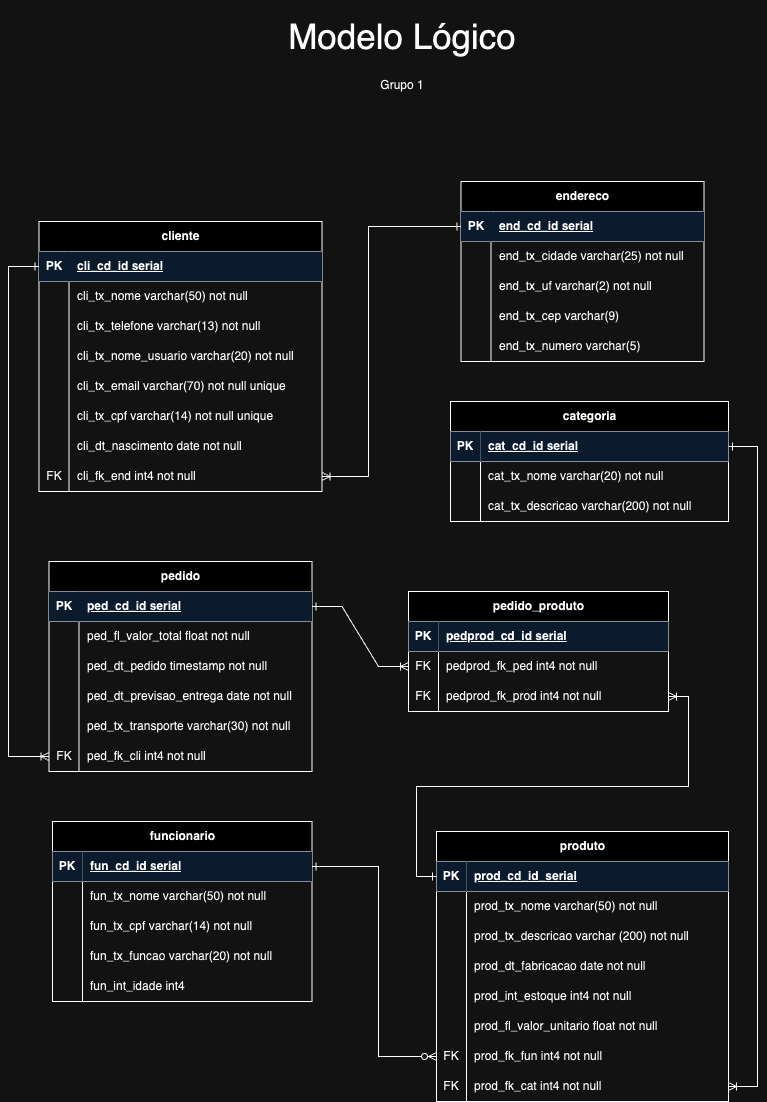
The draw.io diagram Diagramas/modelo-logico.png in rafaelabeber/serratec-BD-g1, before a commit. Source tidied: cells renumbered, new cells last; positions are measured from the earlier drawing's top-left corner, leaving out a move shared by most shapes.
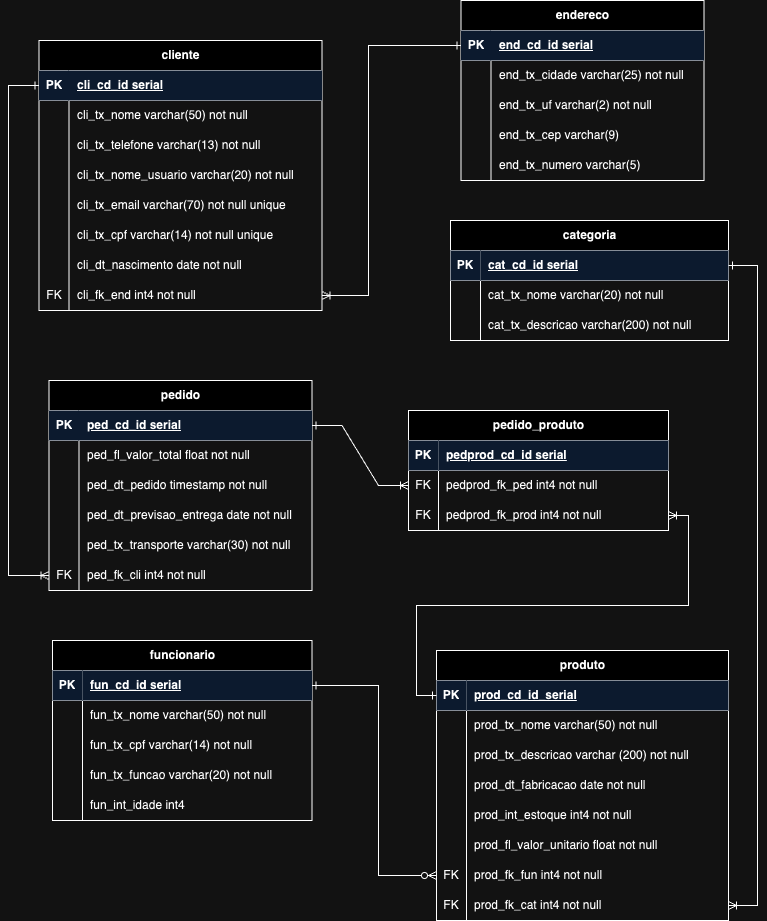
After the commit.

The edit, as a diff of the source:
```diff
@@ -317,12 +317,6 @@
     <mxCell id="106" value="pedprod_fk_prod int4 not null" style="shape=partialRectangle;fillColor=none;top=0;left=0;bottom=0;right=0;align=left;spacingLeft=6;overflow=hidden;whiteSpace=wrap;html=1;" parent="104" vertex="1">
       <mxGeometry x="30" width="230" height="30" as="geometry" />
     </mxCell>
-    <mxCell id="107" value="&lt;font style=&quot;font-size: 35px;&quot;&gt;Modelo Lógico&lt;/font&gt;" style="text;html=1;align=center;verticalAlign=middle;whiteSpace=wrap;rounded=0;" parent="1" vertex="1">
-      <mxGeometry x="214" width="360" height="71" as="geometry" />
-    </mxCell>
-    <mxCell id="108" value="Grupo 1" style="text;html=1;align=center;verticalAlign=middle;whiteSpace=wrap;rounded=0;" parent="1" vertex="1">
-      <mxGeometry x="257" y="70" width="274" height="30" as="geometry" />
-    </mxCell>
     <mxCell id="109" value="endereco" style="shape=table;startSize=30;rowLines=0;fontStyle=1;align=center;html=1;" parent="1" vertex="1">
       <mxGeometry x="452.5" y="181" width="243" height="180" as="geometry" />
     </mxCell>
```
